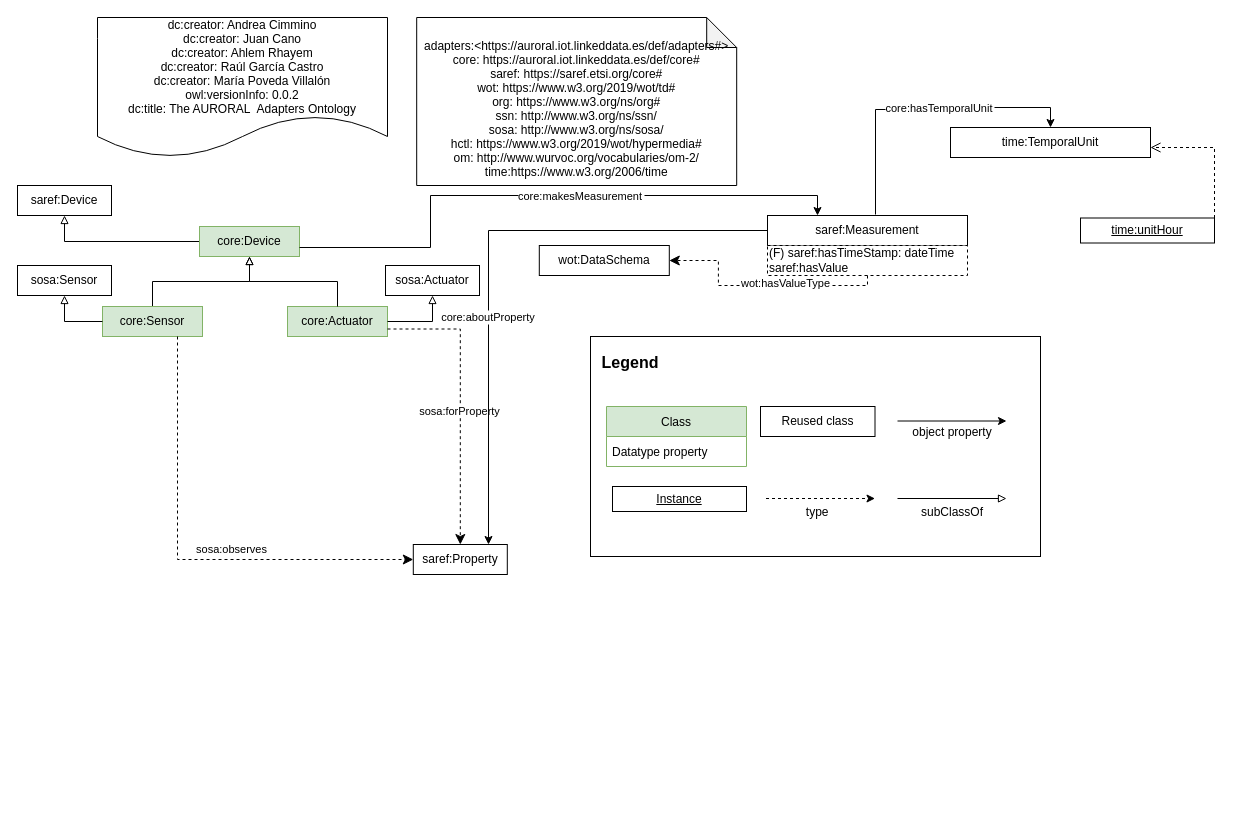
oeg-upm/auroral-adapters-ontology keeps this draw.io diagram as page "V2" (1 of 2) of Diagrams/adapters-general.drawio. Above is the earlier version. Source tidied: cells renumbered, new cells numbered last; positions are measured from the earlier drawing's top-left corner, leaving out a move shared by most shapes. Both pictures are drawn from the tidied source at 100%, with x=0, y=0 at pixel (17, 17).
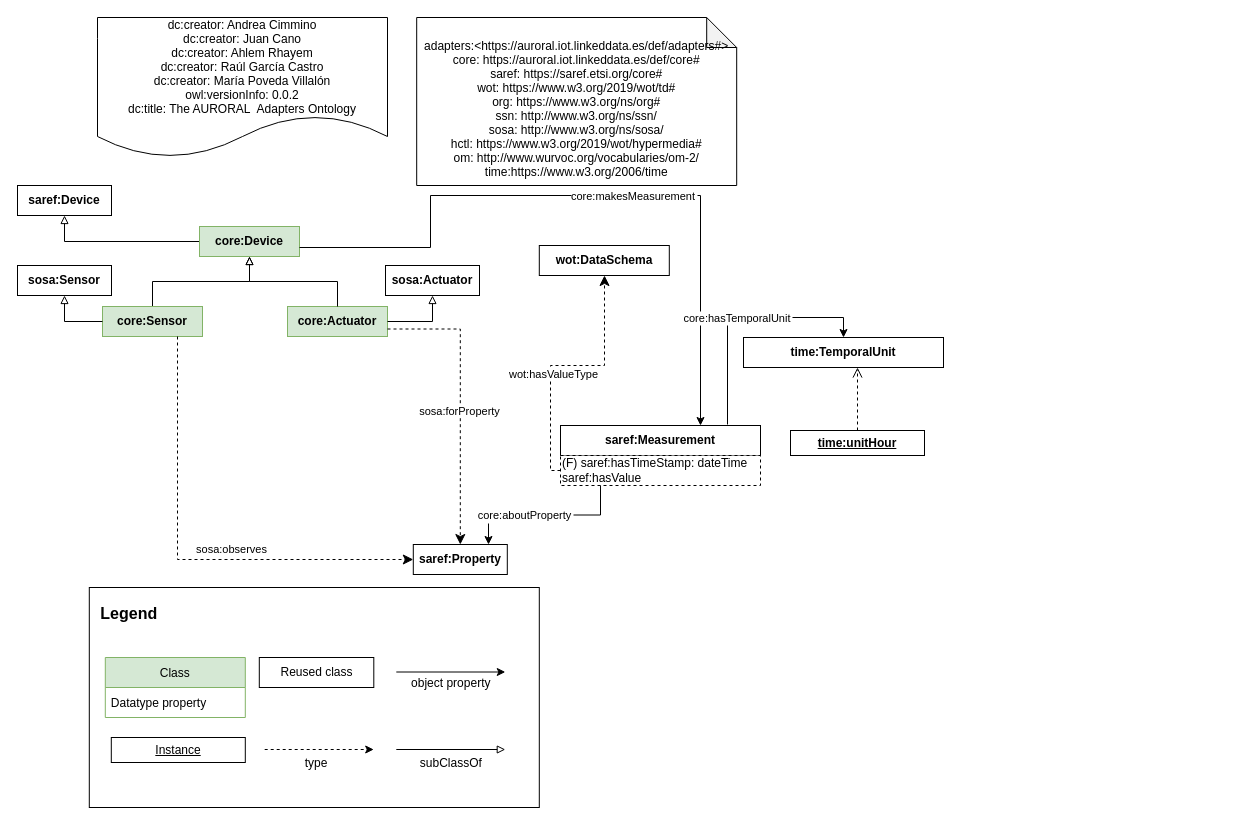
The same diagram, later.

The edit, as a diff of the source:
```diff
@@
-    <mxCell id="4" value="saref:Device" style="rounded=0;whiteSpace=wrap;html=1;" parent="1" vertex="1">
+    <mxCell id="4" value="&lt;b&gt;saref:Device&lt;/b&gt;" style="rounded=0;whiteSpace=wrap;html=1;" parent="1" vertex="1">
       <mxGeometry y="168" width="94" height="30" as="geometry" />
     </mxCell>
@@
-    <mxCell id="6" value="core:Device" style="rounded=0;whiteSpace=wrap;html=1;fillColor=#d5e8d4;strokeColor=#82b366;points=[[0.1,0],[0.2,0],[0.3,0],[0.4,0],[0.5,0],[0.6,0],[0.7,0],[0.8,0],[0.9,0],[0,0.1],[0,0.3],[0,0.5],[0,0.7],[0,0.9],[0.1,1],[0.2,1],[0.3,1],[0.4,1],[0.5,1],[0.6,1],[0.7,1],[0.8,1],[0.9,1],[1,0.1],[1,0.3],[1,0.5],[1,0.7],[1,0.9]];" parent="1" vertex="1">
+    <mxCell id="6" value="&lt;b&gt;core:Device&lt;/b&gt;" style="rounded=0;whiteSpace=wrap;html=1;fillColor=#d5e8d4;strokeColor=#82b366;points=[[0.1,0],[0.2,0],[0.3,0],[0.4,0],[0.5,0],[0.6,0],[0.7,0],[0.8,0],[0.9,0],[0,0.1],[0,0.3],[0,0.5],[0,0.7],[0,0.9],[0.1,1],[0.2,1],[0.3,1],[0.4,1],[0.5,1],[0.6,1],[0.7,1],[0.8,1],[0.9,1],[1,0.1],[1,0.3],[1,0.5],[1,0.7],[1,0.9]];" parent="1" vertex="1">
       <mxGeometry x="182" y="209" width="100" height="30" as="geometry" />
     </mxCell>
     <mxCell id="7" style="rounded=0;whiteSpace=wrap;html=1;" parent="1" vertex="1">
-      <mxGeometry x="573" y="319" width="450" height="220" as="geometry" />
+      <mxGeometry x="71.8" y="570" width="450" height="220" as="geometry" />
     </mxCell>
     <mxCell id="8" value="Legend" style="text;strokeColor=none;fillColor=none;align=center;verticalAlign=middle;rounded=0;fontStyle=1;fontSize=16;" parent="1" vertex="1">
-      <mxGeometry x="583" y="329" width="60" height="30" as="geometry" />
+      <mxGeometry x="81.8" y="580" width="60" height="30" as="geometry" />
     </mxCell>
     <mxCell id="9" value="Class" style="swimlane;fontStyle=0;horizontal=1;startSize=30;fillColor=#d5e8d4;strokeColor=#82b366;" parent="1" vertex="1">
-      <mxGeometry x="589" y="389" width="140" height="60" as="geometry" />
+      <mxGeometry x="87.8" y="640" width="140" height="60" as="geometry" />
     </mxCell>
@@
     <mxCell id="11" value="&lt;u&gt;Instance&lt;/u&gt;" style="rounded=0;whiteSpace=wrap;html=1;" parent="1" vertex="1">
-      <mxGeometry x="595" y="469" width="134" height="25" as="geometry" />
+      <mxGeometry x="93.8" y="720" width="134" height="25" as="geometry" />
     </mxCell>
     <mxCell id="12" value="Reused class" style="rounded=0;whiteSpace=wrap;html=1;" parent="1" vertex="1">
-      <mxGeometry x="743" y="389" width="114.5" height="30" as="geometry" />
+      <mxGeometry x="241.8" y="640" width="114.5" height="30" as="geometry" />
     </mxCell>
     <mxCell id="13" style="edgeStyle=orthogonalEdgeStyle;rounded=0;orthogonalLoop=1;jettySize=auto;html=1;endArrow=classic;endFill=1;dashed=1;" parent="1" edge="1">
       <mxGeometry relative="1" as="geometry">
-        <mxPoint x="748.5" y="481" as="sourcePoint" />
-        <mxPoint x="857.5" y="481" as="targetPoint" />
+        <mxPoint x="247.2" y="732" as="sourcePoint" />
+        <mxPoint x="356.2" y="732" as="targetPoint" />
         <Array as="points">
-          <mxPoint x="748.5" y="481" />
+          <mxPoint x="247.2" y="732" />
         </Array>
       </mxGeometry>
     </mxCell>
     <mxCell id="14" style="edgeStyle=orthogonalEdgeStyle;rounded=0;orthogonalLoop=1;jettySize=auto;html=1;endArrow=classic;endFill=1;" parent="1" edge="1">
       <mxGeometry relative="1" as="geometry">
-        <mxPoint x="880" y="403.5" as="sourcePoint" />
-        <mxPoint x="989" y="403.5" as="targetPoint" />
+        <mxPoint x="378.8" y="654.5" as="sourcePoint" />
+        <mxPoint x="487.8" y="654.5" as="targetPoint" />
         <Array as="points">
-          <mxPoint x="880" y="403.5" />
+          <mxPoint x="378.8" y="654.5" />
         </Array>
       </mxGeometry>
     </mxCell>
     <mxCell id="15" style="edgeStyle=orthogonalEdgeStyle;rounded=0;orthogonalLoop=1;jettySize=auto;html=1;endArrow=block;endFill=0;" parent="1" edge="1">
       <mxGeometry relative="1" as="geometry">
-        <mxPoint x="880" y="481" as="sourcePoint" />
-        <mxPoint x="989" y="481" as="targetPoint" />
+        <mxPoint x="378.8" y="732" as="sourcePoint" />
+        <mxPoint x="487.8" y="732" as="targetPoint" />
         <Array as="points">
-          <mxPoint x="880" y="481" />
+          <mxPoint x="378.8" y="732" />
         </Array>
       </mxGeometry>
     </mxCell>
     <mxCell id="16" value="type" style="text;strokeColor=none;fillColor=none;align=center;verticalAlign=middle;rounded=0;" parent="1" vertex="1">
-      <mxGeometry x="770.2" y="479" width="60" height="30" as="geometry" />
+      <mxGeometry x="269" y="730" width="60" height="30" as="geometry" />
     </mxCell>
     <mxCell id="17" value="object property" style="text;strokeColor=none;fillColor=none;align=center;verticalAlign=middle;rounded=0;" parent="1" vertex="1">
-      <mxGeometry x="880" y="399" width="110" height="30" as="geometry" />
+      <mxGeometry x="378.8" y="650" width="110" height="30" as="geometry" />
     </mxCell>
     <mxCell id="18" value="subClassOf" style="text;strokeColor=none;fillColor=none;align=center;verticalAlign=middle;rounded=0;" parent="1" vertex="1">
-      <mxGeometry x="880" y="479" width="110" height="30" as="geometry" />
+      <mxGeometry x="378.8" y="730" width="110" height="30" as="geometry" />
     </mxCell>
@@
-    <mxCell id="20" value="core:Sensor" style="rounded=0;whiteSpace=wrap;html=1;fillColor=#d5e8d4;strokeColor=#82b366;" parent="1" vertex="1">
+    <mxCell id="20" value="&lt;b&gt;core:Sensor&lt;/b&gt;" style="rounded=0;whiteSpace=wrap;html=1;fillColor=#d5e8d4;strokeColor=#82b366;" parent="1" vertex="1">
       <mxGeometry x="85" y="289" width="100" height="30" as="geometry" />
     </mxCell>
-    <mxCell id="21" value="core:Actuator" style="rounded=0;whiteSpace=wrap;html=1;fillColor=#d5e8d4;strokeColor=#82b366;" parent="1" vertex="1">
+    <mxCell id="21" value="&lt;b&gt;core:Actuator&lt;/b&gt;" style="rounded=0;whiteSpace=wrap;html=1;fillColor=#d5e8d4;strokeColor=#82b366;" parent="1" vertex="1">
       <mxGeometry x="270" y="289" width="100" height="30" as="geometry" />
     </mxCell>
@@
-    <mxCell id="23" value="sosa:Sensor" style="rounded=0;whiteSpace=wrap;html=1;" parent="1" vertex="1">
+    <mxCell id="23" value="&lt;b&gt;sosa:Sensor&lt;/b&gt;" style="rounded=0;whiteSpace=wrap;html=1;" parent="1" vertex="1">
       <mxGeometry y="248" width="94" height="30" as="geometry" />
     </mxCell>
-    <mxCell id="24" value="sosa:Actuator" style="rounded=0;whiteSpace=wrap;html=1;" parent="1" vertex="1">
+    <mxCell id="24" value="&lt;b&gt;sosa:Actuator&lt;/b&gt;" style="rounded=0;whiteSpace=wrap;html=1;" parent="1" vertex="1">
       <mxGeometry x="368" y="248" width="94" height="30" as="geometry" />
     </mxCell>
@@
-    <mxCell id="27" value="saref:Property" style="rounded=0;whiteSpace=wrap;html=1;points=[[0.1,0],[0.2,0],[0.3,0],[0.4,0],[0.5,0],[0.6,0],[0.7,0],[0.8,0],[0.9,0],[0,0.1],[0,0.3],[0,0.5],[0,0.7],[0,0.9],[0.1,1],[0.2,1],[0.3,1],[0.4,1],[0.5,1],[0.6,1],[0.7,1],[0.8,1],[0.9,1],[1,0.1],[1,0.3],[1,0.5],[1,0.7],[1,0.9]];" parent="1" vertex="1">
+    <mxCell id="27" value="&lt;b&gt;saref:Property&lt;/b&gt;" style="rounded=0;whiteSpace=wrap;html=1;points=[[0.1,0],[0.2,0],[0.3,0],[0.4,0],[0.5,0],[0.6,0],[0.7,0],[0.8,0],[0.9,0],[0,0.1],[0,0.3],[0,0.5],[0,0.7],[0,0.9],[0.1,1],[0.2,1],[0.3,1],[0.4,1],[0.5,1],[0.6,1],[0.7,1],[0.8,1],[0.9,1],[1,0.1],[1,0.3],[1,0.5],[1,0.7],[1,0.9]];" parent="1" vertex="1">
       <mxGeometry x="395.8" y="527" width="94" height="30" as="geometry" />
     </mxCell>
@@
-    <mxCell id="32" value="saref:Measurement" style="rounded=0;whiteSpace=wrap;html=1;" parent="1" vertex="1">
-      <mxGeometry x="750" y="198" width="200" height="30" as="geometry" />
+    <mxCell id="32" value="&lt;b&gt;saref:Measurement&lt;/b&gt;" style="rounded=0;whiteSpace=wrap;html=1;" parent="1" vertex="1">
+      <mxGeometry x="543" y="408" width="200" height="30" as="geometry" />
     </mxCell>
     <mxCell id="33" value="(F) saref:hasTimeStamp: dateTime&lt;br&gt;saref:hasValue" style="rounded=0;whiteSpace=wrap;html=1;snapToPoint=1;points=[[0.1,0],[0.2,0],[0.3,0],[0.4,0],[0.5,0],[0.6,0],[0.7,0],[0.8,0],[0.9,0],[0,0.1],[0,0.3],[0,0.5],[0,0.7],[0,0.9],[0.1,1],[0.2,1],[0.3,1],[0.4,1],[0.5,1],[0.6,1],[0.7,1],[0.8,1],[0.9,1],[1,0.1],[1,0.3],[1,0.5],[1,0.7],[1,0.9]];dashed=1;align=left;" parent="1" vertex="1">
-      <mxGeometry x="750" y="228" width="200" height="30" as="geometry" />
+      <mxGeometry x="543" y="438" width="200" height="30" as="geometry" />
     </mxCell>
-    <mxCell id="34" value="wot:DataSchema" style="rounded=0;whiteSpace=wrap;html=1;" parent="1" vertex="1">
+    <mxCell id="34" value="&lt;b&gt;wot:DataSchema&lt;/b&gt;" style="rounded=0;whiteSpace=wrap;html=1;" parent="1" vertex="1">
       <mxGeometry x="521.8" y="228" width="130" height="30" as="geometry" />
     </mxCell>
-    <mxCell id="35" style="endArrow=classic;html=1;endSize=8;dashed=1;arcSize=0;edgeStyle=orthogonalEdgeStyle;exitX=0.5;exitY=1;exitDx=0;exitDy=0;" parent="1" edge="1" source="33" target="34">
-      <mxGeometry relative="1" as="geometry" />
+    <mxCell id="35" style="endArrow=classic;html=1;endSize=8;dashed=1;arcSize=0;edgeStyle=orthogonalEdgeStyle;" parent="1" edge="1" source="33" target="34">
+      <mxGeometry relative="1" as="geometry">
+        <Array as="points">
+          <mxPoint x="533" y="453" />
+          <mxPoint x="533" y="348" />
+          <mxPoint x="587" y="348" />
+        </Array>
+      </mxGeometry>
     </mxCell>
@@
-    <mxCell id="37" value="core:makesMeasurement" style="edgeStyle=orthogonalEdgeStyle;rounded=0;jettySize=auto;entryX=0.25;entryY=0;entryDx=0;entryDy=0;fontSize=11;endArrow=classic;endFill=1;exitX=1;exitY=0.7;exitDx=0;exitDy=0;" parent="1" edge="1" source="6" target="32">
+    <mxCell id="37" value="core:makesMeasurement" style="edgeStyle=orthogonalEdgeStyle;rounded=0;jettySize=auto;fontSize=11;endArrow=classic;endFill=1;exitX=1;exitY=0.7;exitDx=0;exitDy=0;" parent="1" edge="1" source="6" target="32">
       <mxGeometry x="0.13" relative="1" as="geometry">
         <Array as="points">
           <mxPoint x="413" y="230" />
           <mxPoint x="413" y="178" />
-          <mxPoint x="800" y="178" />
+          <mxPoint x="683" y="178" />
         </Array>
       </mxGeometry>
     </mxCell>
-    <mxCell id="38" value="core:aboutProperty" style="edgeStyle=orthogonalEdgeStyle;rounded=0;jettySize=auto;exitX=0;exitY=0.5;exitDx=0;exitDy=0;fontSize=11;endArrow=classic;endFill=1;entryX=0.8;entryY=0;entryDx=0;entryDy=0;" parent="1" edge="1" source="32" target="27">
+    <mxCell id="38" value="core:aboutProperty" style="edgeStyle=orthogonalEdgeStyle;rounded=0;jettySize=auto;exitX=0.2;exitY=1;exitDx=0;exitDy=0;fontSize=11;endArrow=classic;endFill=1;entryX=0.8;entryY=0;entryDx=0;entryDy=0;" parent="1" edge="1" source="33" target="27">
       <mxGeometry x="0.23" relative="1" as="geometry" />
     </mxCell>
-    <mxCell id="39" value="time:TemporalUnit" style="rounded=0;whiteSpace=wrap;html=1;" parent="1" vertex="1">
-      <mxGeometry x="933" y="110" width="200" height="30" as="geometry" />
+    <mxCell id="39" value="&lt;b&gt;time:TemporalUnit&lt;/b&gt;" style="rounded=0;whiteSpace=wrap;html=1;" parent="1" vertex="1">
+      <mxGeometry x="726" y="320" width="200" height="30" as="geometry" />
     </mxCell>
-    <mxCell id="40" value="&lt;u&gt;time:unitHour&lt;/u&gt;" style="rounded=0;whiteSpace=wrap;html=1;" parent="1" vertex="1">
-      <mxGeometry x="1063" y="200.5" width="134" height="25" as="geometry" />
+    <mxCell id="40" value="&lt;u&gt;&lt;b&gt;time:unitHour&lt;/b&gt;&lt;/u&gt;" style="rounded=0;whiteSpace=wrap;html=1;" parent="1" vertex="1">
+      <mxGeometry x="773" y="413" width="134" height="25" as="geometry" />
     </mxCell>
     <mxCell id="41" style="endArrow=open;html=1;fontColor=#000099;endFill=0;dashed=1;endSize=8;edgeStyle=orthogonalEdgeStyle;arcSize=0;" parent="1" edge="1" source="40" target="39">
       <mxGeometry relative="1" as="geometry">
         <Array as="points">
-          <mxPoint x="1197" y="130" />
+          <mxPoint x="840" y="380" />
+          <mxPoint x="840" y="380" />
         </Array>
       </mxGeometry>
     </mxCell>
-    <mxCell id="42" value="core:hasTemporalUnit" style="edgeStyle=orthogonalEdgeStyle;rounded=0;jettySize=auto;fontSize=11;endArrow=classic;endFill=1;exitX=0.54;exitY=-0.033;exitDx=0;exitDy=0;exitPerimeter=0;" parent="1" edge="1" source="32" target="39">
+    <mxCell id="42" value="core:hasTemporalUnit" style="edgeStyle=orthogonalEdgeStyle;rounded=0;jettySize=auto;fontSize=11;endArrow=classic;endFill=1;exitX=0.835;exitY=-0.033;exitDx=0;exitDy=0;exitPerimeter=0;" parent="1" edge="1" source="32" target="39">
       <mxGeometry x="0.13" relative="1" as="geometry">
         <Array as="points">
-          <mxPoint x="858" y="92" />
-          <mxPoint x="894" y="92" />
-          <mxPoint x="894" y="90" />
-          <mxPoint x="1033" y="90" />
+          <mxPoint x="710" y="302" />
+          <mxPoint x="687" y="302" />
+          <mxPoint x="687" y="300" />
+          <mxPoint x="826" y="300" />
         </Array>
       </mxGeometry>
     </mxCell>
```
